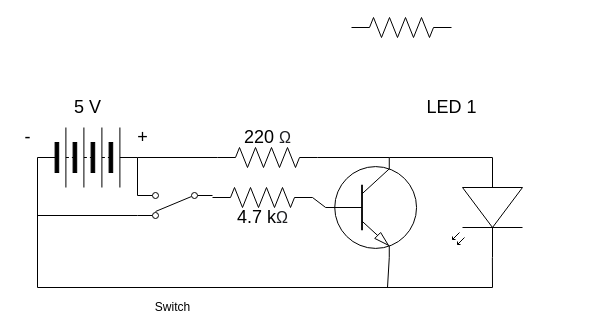
This is Unit 4-07/Sketch.drawio from Emmanuel-Garcia-Maltes/Unit-4, a draw.io file, before an edit. Source tidied: cells renumbered, new cells numbered last; positions are measured from the earlier drawing's top-left corner, leaving out a move shared by most shapes. Both pictures are drawn from the tidied source at 100%, with x=0, y=0 at pixel (17, 17).
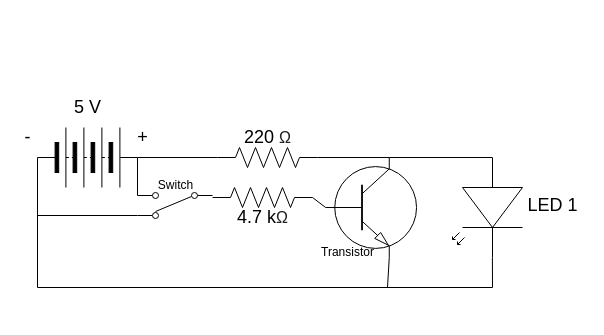
Above is the later version.

Diff of the diagram source:
```diff
@@
     <mxCell id="13" value="&lt;font style=&quot;font-size: 18px&quot;&gt;LED 1&lt;/font&gt;" style="text;html=1;align=center;verticalAlign=middle;fillColor=none;strokeColor=none;rounded=0;fontFamily=Helvetica;fontSize=11;fontColor=default;" parent="1" vertex="1">
-      <mxGeometry x="399" y="80" width="70" height="20" as="geometry" />
+      <mxGeometry x="500" y="178" width="70" height="20" as="geometry" />
     </mxCell>
@@
     <mxCell id="16" value="Switch&lt;br&gt;" style="text;html=1;align=center;verticalAlign=middle;fillColor=none;strokeColor=none;rounded=0;" parent="1" vertex="1">
-      <mxGeometry x="130" y="280" width="50" height="20" as="geometry" />
+      <mxGeometry x="132.5" y="158" width="50" height="20" as="geometry" />
     </mxCell>
@@
-    <mxCell id="23" style="verticalLabelPosition=bottom;shadow=0;dashed=0;align=center;html=1;verticalAlign=top;shape=mxgraph.electrical.resistors.resistor_2;" parent="1" vertex="1">
-      <mxGeometry x="334" width="100" height="20" as="geometry" />
-    </mxCell>
@@
+    <mxCell id="26" value="Transistor" style="text;html=1;align=center;verticalAlign=middle;fillColor=none;strokeColor=none;rounded=0;" parent="1" vertex="1">
+      <mxGeometry x="295" y="225" width="70" height="20" as="geometry" />
+    </mxCell>
```
